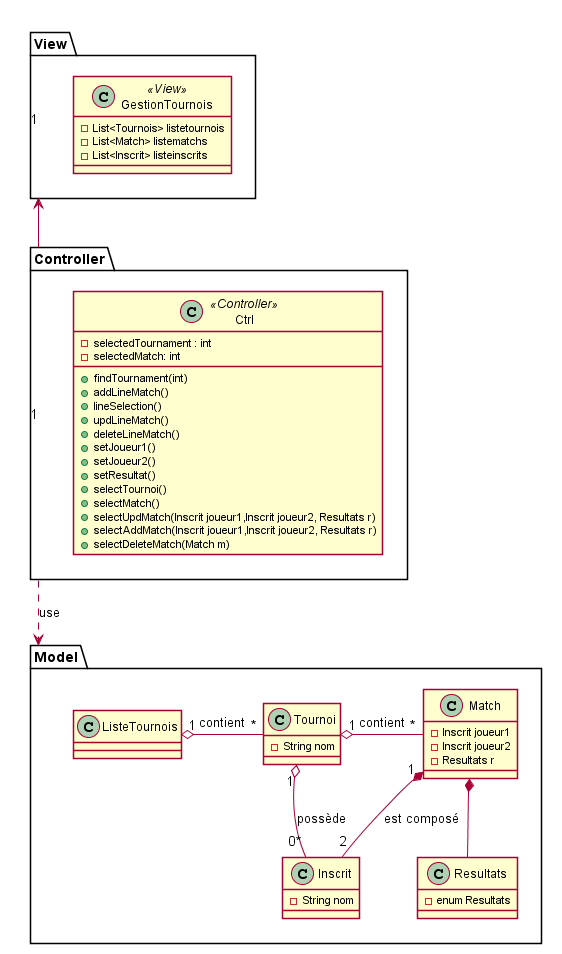
This is ANC3-Diagramme/ClassDiagram/CDL.png from MatildeGr/Java-Tournament-Management, a PlantUML export, as it was before one commit.
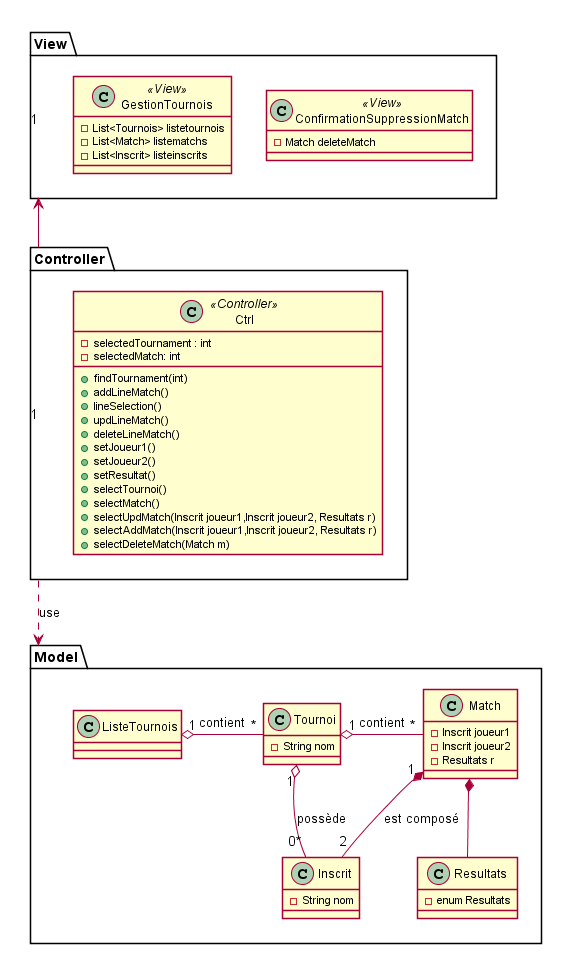
After the commit.

Commit message:
CDL : ajout view DeleteMatch

Diff of the diagram source:
```diff
@@ -42,7 +42,10 @@
     }
 }
 package View {
-    class GestionTournois<<View>>{
+    class ConfirmationSuppressionMatch<<View>>{
+        -Match deleteMatch
+    }
+     class GestionTournois<<View>>{
         -List<Tournois> listetournois
         -List<Match> listematchs
         -List<Inscrit> listeinscrits
```
